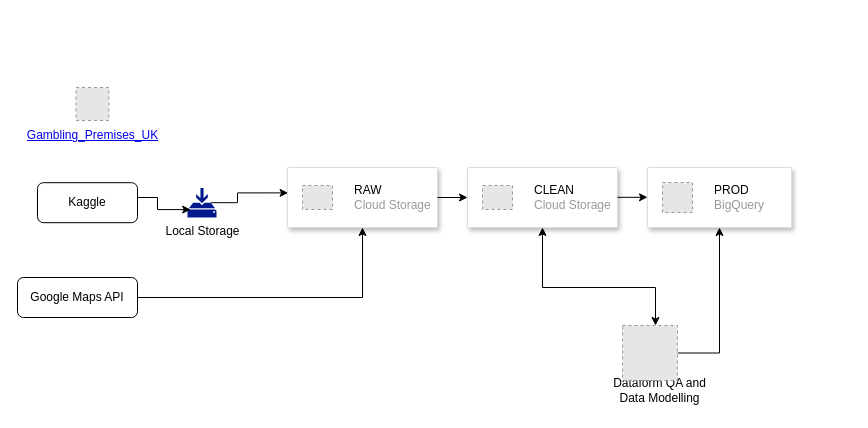
This is diagrams/etl_pipeline.drawio from NathanHGayle/gambling_premises_uk, a draw.io file, before an edit. Source tidied: cells renumbered, new cells numbered last; positions are measured from the earlier drawing's top-left corner, leaving out a move shared by most shapes. Both pictures are drawn from the tidied source at 100%, with x=0, y=0 at pixel (17, 87). Pictures stored in the file or linked from it are replaced by grey dashed boxes.
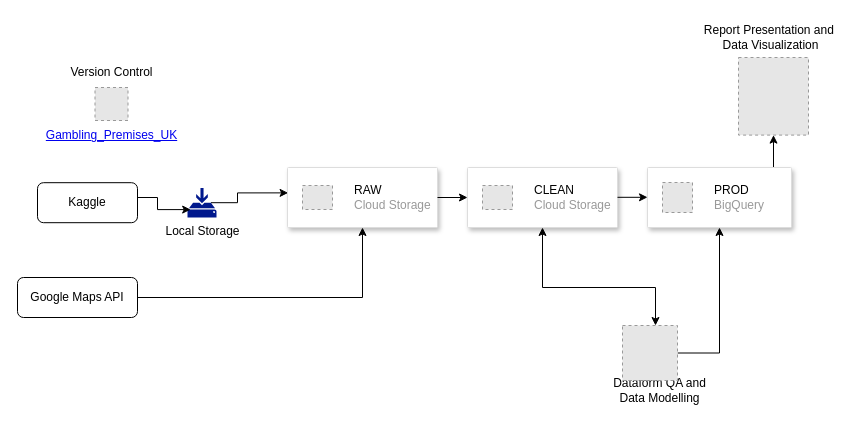
The same diagram, later.

The change refers to these unchanged cells:
```xml
<mxCell id="16" style="strokeColor=#dddddd;shadow=1;strokeWidth=1;rounded=1;absoluteArcSize=1;arcSize=2;" parent="1" vertex="1">
  <mxGeometry x="630" y="80" width="144" height="60" as="geometry" />
</mxCell>
```

Diff of the diagram source:
```diff
@@
+    <mxCell id="23" style="edgeStyle=orthogonalEdgeStyle;rounded=0;jettySize=auto;html=1;exitX=0.75;exitY=0;exitDx=0;exitDy=0;entryX=0.5;entryY=1;entryDx=0;entryDy=0;" parent="1" edge="1" source="16" target="24">
+      <mxGeometry relative="1" as="geometry" />
+    </mxCell>
@@
     <mxCell id="19" style="group;" parent="1" vertex="1">
-      <mxGeometry width="150" height="63" as="geometry" />
+      <mxGeometry x="19" width="150" height="63" as="geometry" />
     </mxCell>
@@
+    <mxCell id="24" style="fillColor=#E6E6E6;strokeColor=#999999;dashed=1;verticalLabelPosition=bottom;labelBackgroundColor=default;verticalAlign=top;" parent="1" vertex="1">
+      <mxGeometry x="721" y="-30" width="70" height="77.6" as="geometry" />
+    </mxCell>
+    <mxCell id="25" value="Report Presentation and&amp;nbsp;&lt;div&gt;Data Visualization&lt;/div&gt;" style="text;html=1;align=center;verticalAlign=middle;strokeColor=none;fillColor=none;" parent="1" vertex="1">
+      <mxGeometry x="673" y="-70" width="160" height="40" as="geometry" />
+    </mxCell>
+    <mxCell id="26" value="Version Control" style="text;html=1;align=center;verticalAlign=middle;strokeColor=none;fillColor=none;" parent="1" vertex="1">
+      <mxGeometry x="39" y="-30" width="110" height="30" as="geometry" />
+    </mxCell>
```
